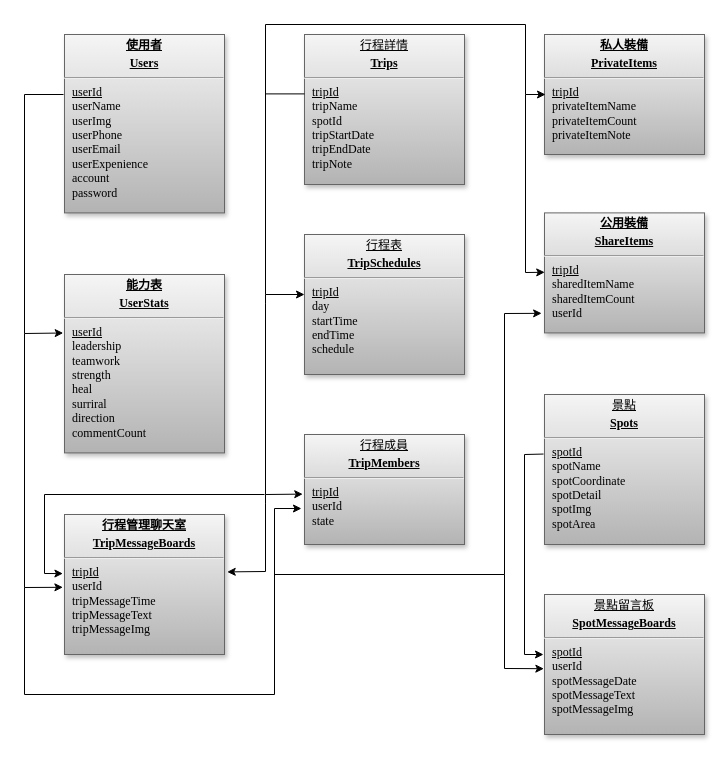
This is 資料庫架構圖.drawio from Vic1228/Explorer, a draw.io file, before an edit. Source tidied: cells renumbered, new cells numbered last; positions are measured from the earlier drawing's top-left corner, leaving out a move shared by most shapes. Both pictures are drawn from the tidied source at 100%, with x=0, y=0 at pixel (24, 24).
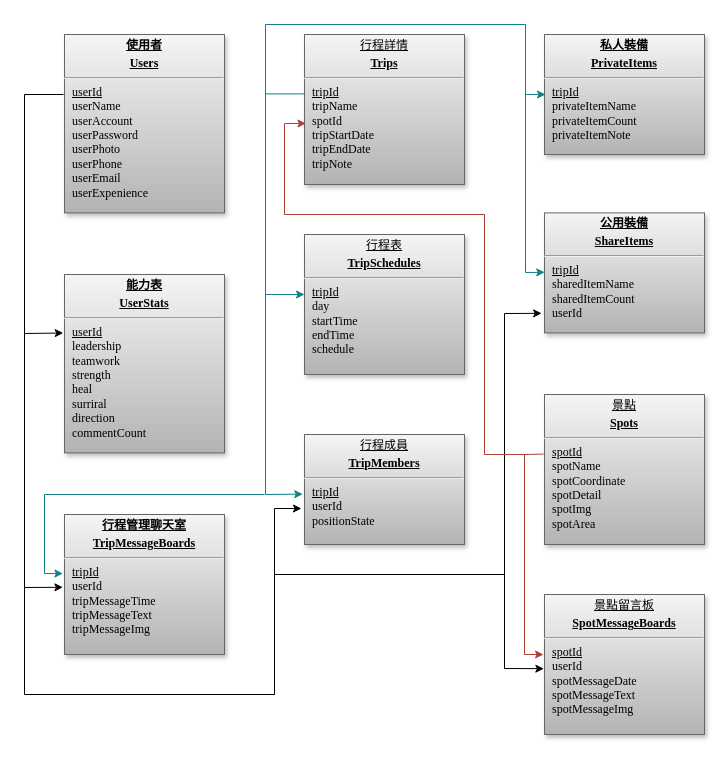
The same page after the edit.

Commit message:
Update 資料庫架構圖.drawio

The change refers to these unchanged cells:
```xml
<mxCell id="3" value="&lt;p style=&quot;text-align: center ; margin: 4px 0px 0px ; text-decoration: underline&quot;&gt;&lt;b&gt;能力表&lt;/b&gt;&lt;/p&gt;&lt;p style=&quot;text-align: center ; margin: 4px 0px 0px ; text-decoration: underline&quot;&gt;&lt;strong&gt;UserStats&lt;/strong&gt;&lt;/p&gt;&lt;hr&gt;&lt;p style=&quot;margin: 0px ; margin-left: 8px&quot;&gt;&lt;u&gt;userId&lt;/u&gt;&lt;/p&gt;&lt;p style=&quot;margin: 0px ; margin-left: 8px&quot;&gt;leadership&lt;/p&gt;&lt;p style=&quot;margin: 0px ; margin-left: 8px&quot;&gt;teamwork&lt;/p&gt;&lt;p style=&quot;margin: 0px ; margin-left: 8px&quot;&gt;strength&lt;/p&gt;&lt;p style=&quot;margin: 0px ; margin-left: 8px&quot;&gt;heal&lt;/p&gt;&lt;p style=&quot;margin: 0px ; margin-left: 8px&quot;&gt;surriral&lt;/p&gt;&lt;p style=&quot;margin: 0px ; margin-left: 8px&quot;&gt;direction&lt;/p&gt;&lt;p style=&quot;margin: 0px ; margin-left: 8px&quot;&gt;commentCount&lt;/p&gt;" style="verticalAlign=top;align=left;overflow=fill;fontSize=12;fontFamily=Times New Roman;html=1;strokeColor=#666666;shadow=1;fillColor=#f5f5f5;gradientColor=#b3b3b3;fontColor=#000000;" parent="1" vertex="1">
  <mxGeometry x="40" y="250" width="160" height="178.4" as="geometry" />
</mxCell>
<mxCell id="5" value="&lt;p style=&quot;text-align: center ; margin: 4px 0px 0px ; text-decoration: underline&quot;&gt;&lt;b&gt;行程管理聊天室&lt;/b&gt;&lt;/p&gt;&lt;p style=&quot;text-align: center ; margin: 4px 0px 0px ; text-decoration: underline&quot;&gt;&lt;strong&gt;TripMessageBoards&lt;/strong&gt;&lt;/p&gt;&lt;hr&gt;&lt;p style=&quot;margin: 0px ; margin-left: 8px&quot;&gt;&lt;u&gt;tripId&lt;/u&gt;&lt;/p&gt;&lt;p style=&quot;margin: 0px ; margin-left: 8px&quot;&gt;userId&lt;/p&gt;&lt;p style=&quot;margin: 0px ; margin-left: 8px&quot;&gt;tripMessageTime&lt;/p&gt;&lt;p style=&quot;margin: 0px ; margin-left: 8px&quot;&gt;tripMessageText&lt;/p&gt;&lt;p style=&quot;margin: 0px ; margin-left: 8px&quot;&gt;tripMessageImg&lt;/p&gt;" style="verticalAlign=top;align=left;overflow=fill;fontSize=12;fontFamily=Times New Roman;html=1;strokeColor=#666666;shadow=1;fillColor=#f5f5f5;gradientColor=#b3b3b3;fontColor=#000000;" parent="1" vertex="1">
  <mxGeometry x="40" y="490" width="160" height="140" as="geometry" />
</mxCell>
<mxCell id="8" value="&lt;p style=&quot;text-align: center ; margin: 4px 0px 0px ; text-decoration: underline&quot;&gt;&lt;b&gt;公用裝備&lt;/b&gt;&lt;/p&gt;&lt;p style=&quot;text-align: center ; margin: 4px 0px 0px ; text-decoration: underline&quot;&gt;&lt;strong&gt;ShareItems&lt;/strong&gt;&lt;/p&gt;&lt;hr&gt;&lt;p style=&quot;margin: 0px ; margin-left: 8px&quot;&gt;&lt;u&gt;tripId&lt;/u&gt;&lt;/p&gt;&lt;p style=&quot;margin: 0px ; margin-left: 8px&quot;&gt;sharedItemName&lt;/p&gt;&lt;p style=&quot;margin: 0px ; margin-left: 8px&quot;&gt;sharedItemCount&lt;/p&gt;&lt;p style=&quot;margin: 0px ; margin-left: 8px&quot;&gt;userId&lt;/p&gt;" style="verticalAlign=top;align=left;overflow=fill;fontSize=12;fontFamily=Times New Roman;html=1;strokeColor=#666666;shadow=1;fillColor=#f5f5f5;gradientColor=#b3b3b3;fontColor=#000000;" parent="1" vertex="1">
  <mxGeometry x="520" y="188.4" width="160" height="120" as="geometry" />
</mxCell>
<mxCell id="9" value="&lt;p style=&quot;text-align: center ; margin: 4px 0px 0px ; text-decoration: underline&quot;&gt;景點&lt;/p&gt;&lt;p style=&quot;text-align: center ; margin: 4px 0px 0px ; text-decoration: underline&quot;&gt;&lt;strong&gt;Spots&lt;/strong&gt;&lt;/p&gt;&lt;hr&gt;&lt;p style=&quot;margin: 0px ; margin-left: 8px&quot;&gt;&lt;u&gt;spotId&lt;/u&gt;&lt;/p&gt;&lt;p style=&quot;margin: 0px ; margin-left: 8px&quot;&gt;spotName&lt;/p&gt;&lt;p style=&quot;margin: 0px ; margin-left: 8px&quot;&gt;spotCoordinate&lt;/p&gt;&lt;p style=&quot;margin: 0px ; margin-left: 8px&quot;&gt;spotDetail&lt;/p&gt;&lt;p style=&quot;margin: 0px ; margin-left: 8px&quot;&gt;spotImg&lt;/p&gt;&lt;p style=&quot;margin: 0px ; margin-left: 8px&quot;&gt;spotArea&lt;/p&gt;" style="verticalAlign=top;align=left;overflow=fill;fontSize=12;fontFamily=Times New Roman;html=1;strokeColor=#666666;shadow=1;fillColor=#f5f5f5;gradientColor=#b3b3b3;fontColor=#000000;" parent="1" vertex="1">
  <mxGeometry x="520" y="370" width="160" height="150" as="geometry" />
</mxCell>
<mxCell id="10" value="&lt;p style=&quot;text-align: center ; margin: 4px 0px 0px ; text-decoration: underline&quot;&gt;景點留言板&lt;/p&gt;&lt;p style=&quot;text-align: center ; margin: 4px 0px 0px ; text-decoration: underline&quot;&gt;&lt;b&gt;SpotMessageBoards&lt;/b&gt;&lt;/p&gt;&lt;hr&gt;&lt;p style=&quot;margin: 0px ; margin-left: 8px&quot;&gt;&lt;u&gt;spotId&lt;/u&gt;&lt;/p&gt;&lt;p style=&quot;margin: 0px ; margin-left: 8px&quot;&gt;userId&lt;/p&gt;&lt;p style=&quot;margin: 0px ; margin-left: 8px&quot;&gt;spotMessageDate&lt;/p&gt;&lt;p style=&quot;margin: 0px ; margin-left: 8px&quot;&gt;spotMessageText&lt;/p&gt;&lt;p style=&quot;margin: 0px ; margin-left: 8px&quot;&gt;spotMessageImg&lt;/p&gt;" style="verticalAlign=top;align=left;overflow=fill;fontSize=12;fontFamily=Times New Roman;html=1;strokeColor=#666666;shadow=1;fillColor=#f5f5f5;gradientColor=#b3b3b3;fontColor=#000000;" parent="1" vertex="1">
  <mxGeometry x="520" y="570" width="160" height="140" as="geometry" />
</mxCell>
<mxCell id="11" value="&lt;p style=&quot;text-align: center ; margin: 4px 0px 0px ; text-decoration: underline&quot;&gt;行程詳情&lt;/p&gt;&lt;p style=&quot;text-align: center ; margin: 4px 0px 0px ; text-decoration: underline&quot;&gt;&lt;b&gt;Trips&lt;/b&gt;&lt;/p&gt;&lt;hr&gt;&lt;p style=&quot;margin: 0px ; margin-left: 8px&quot;&gt;&lt;u&gt;tripId&lt;/u&gt;&lt;/p&gt;&lt;p style=&quot;margin: 0px ; margin-left: 8px&quot;&gt;tripName&lt;/p&gt;&lt;p style=&quot;margin: 0px ; margin-left: 8px&quot;&gt;spotId&lt;/p&gt;&lt;p style=&quot;margin: 0px ; margin-left: 8px&quot;&gt;tripStartDate&lt;/p&gt;&lt;p style=&quot;margin: 0px ; margin-left: 8px&quot;&gt;tripEndDate&lt;/p&gt;&lt;p style=&quot;margin: 0px ; margin-left: 8px&quot;&gt;tripNote&lt;/p&gt;" style="verticalAlign=top;align=left;overflow=fill;fontSize=12;fontFamily=Times New Roman;html=1;strokeColor=#666666;shadow=1;fillColor=#f5f5f5;gradientColor=#b3b3b3;fontColor=#000000;" parent="1" vertex="1">
  <mxGeometry x="280" y="10" width="160" height="150" as="geometry" />
</mxCell>
```

Diff of the diagram source:
```diff
@@
-    <mxCell id="2" value="&lt;p style=&quot;text-align: center ; margin: 4px 0px 0px ; text-decoration: underline&quot;&gt;&lt;b&gt;使用者&lt;/b&gt;&lt;/p&gt;&lt;p style=&quot;text-align: center ; margin: 4px 0px 0px ; text-decoration: underline&quot;&gt;&lt;strong&gt;Users&lt;/strong&gt;&lt;/p&gt;&lt;hr&gt;&lt;p style=&quot;margin: 0px ; margin-left: 8px&quot;&gt;&lt;u&gt;userId&lt;/u&gt;&lt;/p&gt;&lt;p style=&quot;margin: 0px ; margin-left: 8px&quot;&gt;userName&lt;/p&gt;&lt;p style=&quot;margin: 0px ; margin-left: 8px&quot;&gt;userImg&lt;/p&gt;&lt;p style=&quot;margin: 0px ; margin-left: 8px&quot;&gt;userPhone&lt;br&gt;&lt;/p&gt;&lt;p style=&quot;margin: 0px ; margin-left: 8px&quot;&gt;userEmail&lt;br&gt;&lt;/p&gt;&lt;p style=&quot;margin: 0px ; margin-left: 8px&quot;&gt;userExpenience&lt;br&gt;&lt;/p&gt;&lt;p style=&quot;margin: 0px ; margin-left: 8px&quot;&gt;account&lt;/p&gt;&lt;p style=&quot;margin: 0px ; margin-left: 8px&quot;&gt;password&lt;/p&gt;" style="verticalAlign=top;align=left;overflow=fill;fontSize=12;fontFamily=Times New Roman;html=1;strokeColor=#666666;shadow=1;fillColor=#f5f5f5;gradientColor=#b3b3b3;fontColor=#000000;" parent="1" vertex="1">
+    <mxCell id="2" value="&lt;p style=&quot;text-align: center ; margin: 4px 0px 0px ; text-decoration: underline&quot;&gt;&lt;b&gt;使用者&lt;/b&gt;&lt;/p&gt;&lt;p style=&quot;text-align: center ; margin: 4px 0px 0px ; text-decoration: underline&quot;&gt;&lt;strong&gt;Users&lt;/strong&gt;&lt;/p&gt;&lt;hr&gt;&lt;p style=&quot;margin: 0px ; margin-left: 8px&quot;&gt;&lt;u&gt;userId&lt;/u&gt;&lt;/p&gt;&lt;p style=&quot;margin: 0px ; margin-left: 8px&quot;&gt;userName&lt;/p&gt;&lt;p style=&quot;margin: 0px ; margin-left: 8px&quot;&gt;userAccount&lt;/p&gt;&lt;p style=&quot;margin: 0px ; margin-left: 8px&quot;&gt;userPassword&lt;/p&gt;&lt;p style=&quot;margin: 0px 0px 0px 8px&quot;&gt;userPhoto&lt;/p&gt;&lt;p style=&quot;margin: 0px 0px 0px 8px&quot;&gt;userPhone&lt;br&gt;&lt;/p&gt;&lt;p style=&quot;margin: 0px 0px 0px 8px&quot;&gt;userEmail&lt;br&gt;&lt;/p&gt;&lt;p style=&quot;margin: 0px 0px 0px 8px&quot;&gt;userExpenience&lt;/p&gt;" style="verticalAlign=top;align=left;overflow=fill;fontSize=12;fontFamily=Times New Roman;html=1;strokeColor=#666666;shadow=1;fillColor=#f5f5f5;gradientColor=#b3b3b3;fontColor=#000000;" parent="1" vertex="1">
       <mxGeometry x="40" y="10" width="160" height="178.4" as="geometry" />
     </mxCell>
@@
-    <mxCell id="4" style="endArrow=classic;html=1;rounded=0;fontFamily=Times New Roman;entryX=-0.008;entryY=0.328;entryDx=0;entryDy=0;entryPerimeter=0;" parent="1" edge="1" target="3">
+    <mxCell id="4" style="endArrow=classic;html=1;rounded=0;fontFamily=Times New Roman;entryX=-0.008;entryY=0.328;entryDx=0;entryDy=0;entryPerimeter=0;fontStyle=0;" parent="1" edge="1" target="3">
       <mxGeometry relative="1" as="geometry">
         <mxPoint x="39" y="70" as="sourcePoint" />
         <Array as="points">
           <mxPoint y="70" />
           <mxPoint y="309" />
         </Array>
       </mxGeometry>
     </mxCell>
@@
-    <mxCell id="6" style="endArrow=classic;html=1;rounded=0;fontFamily=Times New Roman;entryX=-0.004;entryY=0.527;entryDx=0;entryDy=0;entryPerimeter=0;" parent="1" edge="1">
+    <mxCell id="6" style="endArrow=classic;html=1;rounded=0;fontFamily=Times New Roman;entryX=-0.004;entryY=0.527;entryDx=0;entryDy=0;entryPerimeter=0;fontStyle=0;" parent="1" edge="1">
       <mxGeometry relative="1" as="geometry">
         <mxPoint y="309" as="sourcePoint" />
         <mxPoint x="38.4" y="562.8" as="targetPoint" />
         <Array as="points">
           <mxPoint y="563" />
         </Array>
       </mxGeometry>
     </mxCell>
@@
-    <mxCell id="13" value="&lt;p style=&quot;text-align: center ; margin: 4px 0px 0px ; text-decoration: underline&quot;&gt;行程成員&lt;/p&gt;&lt;p style=&quot;text-align: center ; margin: 4px 0px 0px ; text-decoration: underline&quot;&gt;&lt;b&gt;TripMembers&lt;/b&gt;&lt;/p&gt;&lt;hr&gt;&lt;p style=&quot;margin: 0px ; margin-left: 8px&quot;&gt;&lt;u&gt;tripId&lt;/u&gt;&lt;/p&gt;&lt;p style=&quot;margin: 0px ; margin-left: 8px&quot;&gt;userId&lt;/p&gt;&lt;p style=&quot;margin: 0px ; margin-left: 8px&quot;&gt;state&lt;/p&gt;" style="verticalAlign=top;align=left;overflow=fill;fontSize=12;fontFamily=Times New Roman;html=1;strokeColor=#666666;shadow=1;fillColor=#f5f5f5;gradientColor=#b3b3b3;fontColor=#000000;" parent="1" vertex="1">
+    <mxCell id="13" value="&lt;p style=&quot;text-align: center ; margin: 4px 0px 0px ; text-decoration: underline&quot;&gt;行程成員&lt;/p&gt;&lt;p style=&quot;text-align: center ; margin: 4px 0px 0px ; text-decoration: underline&quot;&gt;&lt;b&gt;TripMembers&lt;/b&gt;&lt;/p&gt;&lt;hr&gt;&lt;p style=&quot;margin: 0px ; margin-left: 8px&quot;&gt;&lt;u&gt;tripId&lt;/u&gt;&lt;/p&gt;&lt;p style=&quot;margin: 0px ; margin-left: 8px&quot;&gt;userId&lt;/p&gt;&lt;p style=&quot;margin: 0px ; margin-left: 8px&quot;&gt;positionState&lt;/p&gt;" style="verticalAlign=top;align=left;overflow=fill;fontSize=12;fontFamily=Times New Roman;html=1;strokeColor=#666666;shadow=1;fillColor=#f5f5f5;gradientColor=#b3b3b3;fontColor=#000000;" parent="1" vertex="1">
       <mxGeometry x="280" y="410" width="160" height="110" as="geometry" />
     </mxCell>
-    <mxCell id="14" style="endArrow=classic;html=1;rounded=0;fontFamily=Times New Roman;" parent="1" edge="1">
+    <mxCell id="14" style="endArrow=classic;html=1;rounded=0;fontFamily=Times New Roman;fillColor=#b0e3e6;strokeColor=#0e8088;fontStyle=0;" parent="1" edge="1">
       <mxGeometry relative="1" as="geometry">
         <mxPoint x="280" y="69.4" as="sourcePoint" />
         <mxPoint x="280" y="270" as="targetPoint" />
         <Array as="points">
           <mxPoint x="241" y="69.4" />
           <mxPoint x="241" y="270" />
         </Array>
       </mxGeometry>
     </mxCell>
-    <mxCell id="15" style="endArrow=classic;html=1;rounded=0;fontFamily=Times New Roman;entryX=-0.011;entryY=0.542;entryDx=0;entryDy=0;entryPerimeter=0;" parent="1" edge="1" target="13">
+    <mxCell id="15" style="endArrow=classic;html=1;rounded=0;fontFamily=Times New Roman;entryX=-0.011;entryY=0.542;entryDx=0;entryDy=0;entryPerimeter=0;fillColor=#b0e3e6;strokeColor=#0e8088;fontStyle=0;" parent="1" edge="1" target="13">
       <mxGeometry relative="1" as="geometry">
         <mxPoint x="241" y="270" as="sourcePoint" />
         <Array as="points">
           <mxPoint x="241" y="279.4" />
           <mxPoint x="241" y="470" />
         </Array>
       </mxGeometry>
     </mxCell>
-    <mxCell id="16" style="endArrow=classic;html=1;rounded=0;fontFamily=Times New Roman;entryX=1.017;entryY=0.41;entryDx=0;entryDy=0;entryPerimeter=0;" parent="1" edge="1" target="5">
-      <mxGeometry relative="1" as="geometry">
-        <mxPoint x="241" y="470" as="sourcePoint" />
-        <Array as="points">
-          <mxPoint x="241" y="479.4" />
-          <mxPoint x="241" y="547" />
-        </Array>
-      </mxGeometry>
-    </mxCell>
-    <mxCell id="17" style="endArrow=classic;html=1;rounded=0;fontFamily=Times New Roman;entryX=-0.019;entryY=0.673;entryDx=0;entryDy=0;entryPerimeter=0;" parent="1" edge="1" target="13">
+    <mxCell id="17" style="endArrow=classic;html=1;rounded=0;fontFamily=Times New Roman;entryX=-0.019;entryY=0.673;entryDx=0;entryDy=0;entryPerimeter=0;fontStyle=0;" parent="1" edge="1" target="13">
       <mxGeometry relative="1" as="geometry">
         <mxPoint y="563" as="sourcePoint" />
         <Array as="points">
           <mxPoint y="670" />
           <mxPoint x="250" y="670" />
           <mxPoint x="250" y="484" />
         </Array>
       </mxGeometry>
     </mxCell>
-    <mxCell id="18" style="endArrow=classic;html=1;fontColor=#000000;entryX=0;entryY=0.5;entryDx=0;entryDy=0;rounded=0;" parent="1" edge="1">
+    <mxCell id="18" style="endArrow=classic;html=1;fontColor=#000000;entryX=0;entryY=0.5;entryDx=0;entryDy=0;rounded=0;fillColor=#b0e3e6;strokeColor=#0e8088;fontStyle=0;" parent="1" edge="1">
       <mxGeometry relative="1" as="geometry">
         <mxPoint x="241" y="70" as="sourcePoint" />
         <mxPoint x="521" y="70" as="targetPoint" />
         <Array as="points">
           <mxPoint x="241" />
           <mxPoint x="501" />
           <mxPoint x="501" y="70" />
         </Array>
       </mxGeometry>
     </mxCell>
-    <mxCell id="19" style="endArrow=classic;html=1;rounded=0;fontColor=#000000;entryX=-0.005;entryY=0.495;entryDx=0;entryDy=0;entryPerimeter=0;" parent="1" edge="1">
+    <mxCell id="19" style="endArrow=classic;html=1;rounded=0;fontColor=#000000;entryX=-0.005;entryY=0.495;entryDx=0;entryDy=0;entryPerimeter=0;fillColor=#b0e3e6;strokeColor=#0e8088;fontStyle=0;" parent="1" edge="1">
       <mxGeometry relative="1" as="geometry">
         <mxPoint x="501" y="70" as="sourcePoint" />
         <mxPoint x="520.2" y="247.8" as="targetPoint" />
         <Array as="points">
           <mxPoint x="501" y="248" />
         </Array>
       </mxGeometry>
     </mxCell>
-    <mxCell id="20" style="endArrow=classic;html=1;rounded=0;fontColor=#000000;entryX=-0.018;entryY=0.837;entryDx=0;entryDy=0;entryPerimeter=0;" parent="1" edge="1" target="8">
+    <mxCell id="20" style="endArrow=classic;html=1;rounded=0;fontColor=#000000;entryX=-0.018;entryY=0.837;entryDx=0;entryDy=0;entryPerimeter=0;fontStyle=0;" parent="1" edge="1" target="8">
       <mxGeometry relative="1" as="geometry">
         <mxPoint x="250" y="550" as="sourcePoint" />
         <Array as="points">
           <mxPoint x="480" y="550" />
           <mxPoint x="480" y="289" />
         </Array>
       </mxGeometry>
     </mxCell>
-    <mxCell id="21" style="endArrow=classic;html=1;rounded=0;fontColor=#000000;exitX=-0.006;exitY=0.397;exitDx=0;exitDy=0;exitPerimeter=0;" parent="1" edge="1" source="9">
+    <mxCell id="21" style="endArrow=classic;html=1;rounded=0;fontColor=#000000;exitX=-0.006;exitY=0.397;exitDx=0;exitDy=0;exitPerimeter=0;fillColor=#fad9d5;strokeColor=#ae4132;fontStyle=0;" parent="1" edge="1" source="9">
       <mxGeometry relative="1" as="geometry">
         <mxPoint x="519" y="630" as="targetPoint" />
         <Array as="points">
           <mxPoint x="500" y="430" />
           <mxPoint x="500" y="630" />
         </Array>
       </mxGeometry>
     </mxCell>
-    <mxCell id="22" style="endArrow=classic;html=1;rounded=0;fontColor=#000000;entryX=-0.004;entryY=0.53;entryDx=0;entryDy=0;entryPerimeter=0;" parent="1" edge="1" target="10">
+    <mxCell id="22" style="endArrow=classic;html=1;rounded=0;fontColor=#000000;entryX=-0.004;entryY=0.53;entryDx=0;entryDy=0;entryPerimeter=0;fontStyle=0;" parent="1" edge="1" target="10">
       <mxGeometry relative="1" as="geometry">
         <mxPoint x="480" y="550" as="sourcePoint" />
         <Array as="points">
           <mxPoint x="480" y="644" />
         </Array>
       </mxGeometry>
     </mxCell>
-    <mxCell id="23" style="endArrow=classic;html=1;rounded=0;fontColor=#000000;entryX=-0.01;entryY=0.422;entryDx=0;entryDy=0;entryPerimeter=0;" parent="1" edge="1" target="5">
+    <mxCell id="23" style="endArrow=classic;html=1;rounded=0;fontColor=#000000;entryX=-0.01;entryY=0.422;entryDx=0;entryDy=0;entryPerimeter=0;fillColor=#b0e3e6;strokeColor=#0e8088;fontStyle=0;" parent="1" edge="1" target="5">
       <mxGeometry relative="1" as="geometry">
         <mxPoint x="240" y="470" as="sourcePoint" />
         <Array as="points">
           <mxPoint x="20" y="470" />
           <mxPoint x="20" y="549" />
         </Array>
       </mxGeometry>
     </mxCell>
+    <mxCell id="24" style="endArrow=classic;html=1;entryX=0.009;entryY=0.593;entryDx=0;entryDy=0;entryPerimeter=0;rounded=0;fillColor=#fad9d5;strokeColor=#ae4132;fontStyle=0;" parent="1" edge="1" target="11">
+      <mxGeometry relative="1" as="geometry">
+        <mxPoint x="500" y="430" as="sourcePoint" />
+        <Array as="points">
+          <mxPoint x="460" y="430" />
+          <mxPoint x="460" y="190" />
+          <mxPoint x="260" y="190" />
+          <mxPoint x="260" y="99" />
+        </Array>
+      </mxGeometry>
+    </mxCell>
```
